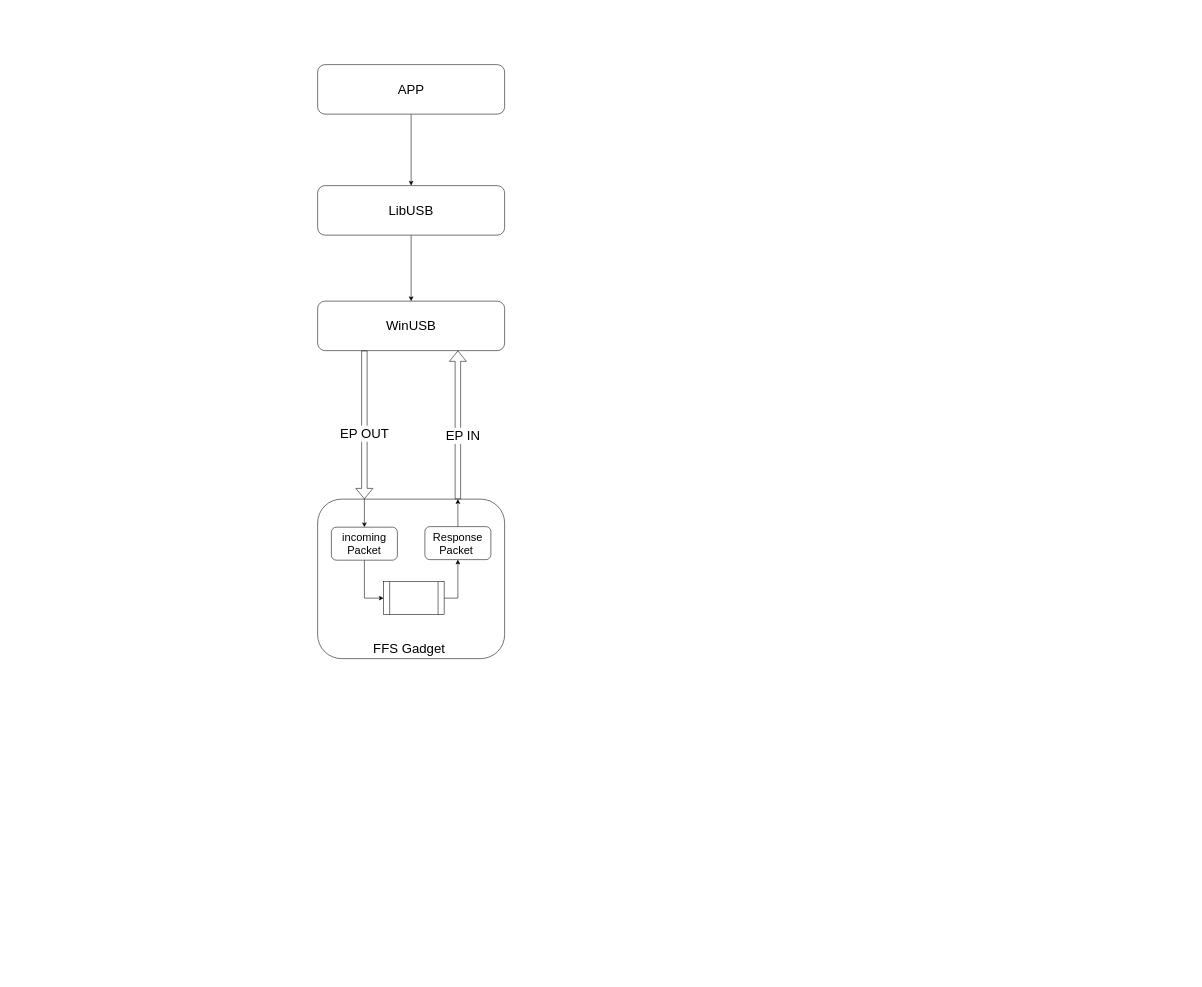
Earlier version of the draw.io diagram page "FFS" (1 of 3) of xc01 usb.drawio (joliet0l/Diagram). Source tidied: cells renumbered, new cells numbered last; positions are measured from the earlier drawing's top-left corner, leaving out a move shared by most shapes. Both pictures are drawn from the tidied source at 55%, with x=0, y=0 at pixel (317, 64).
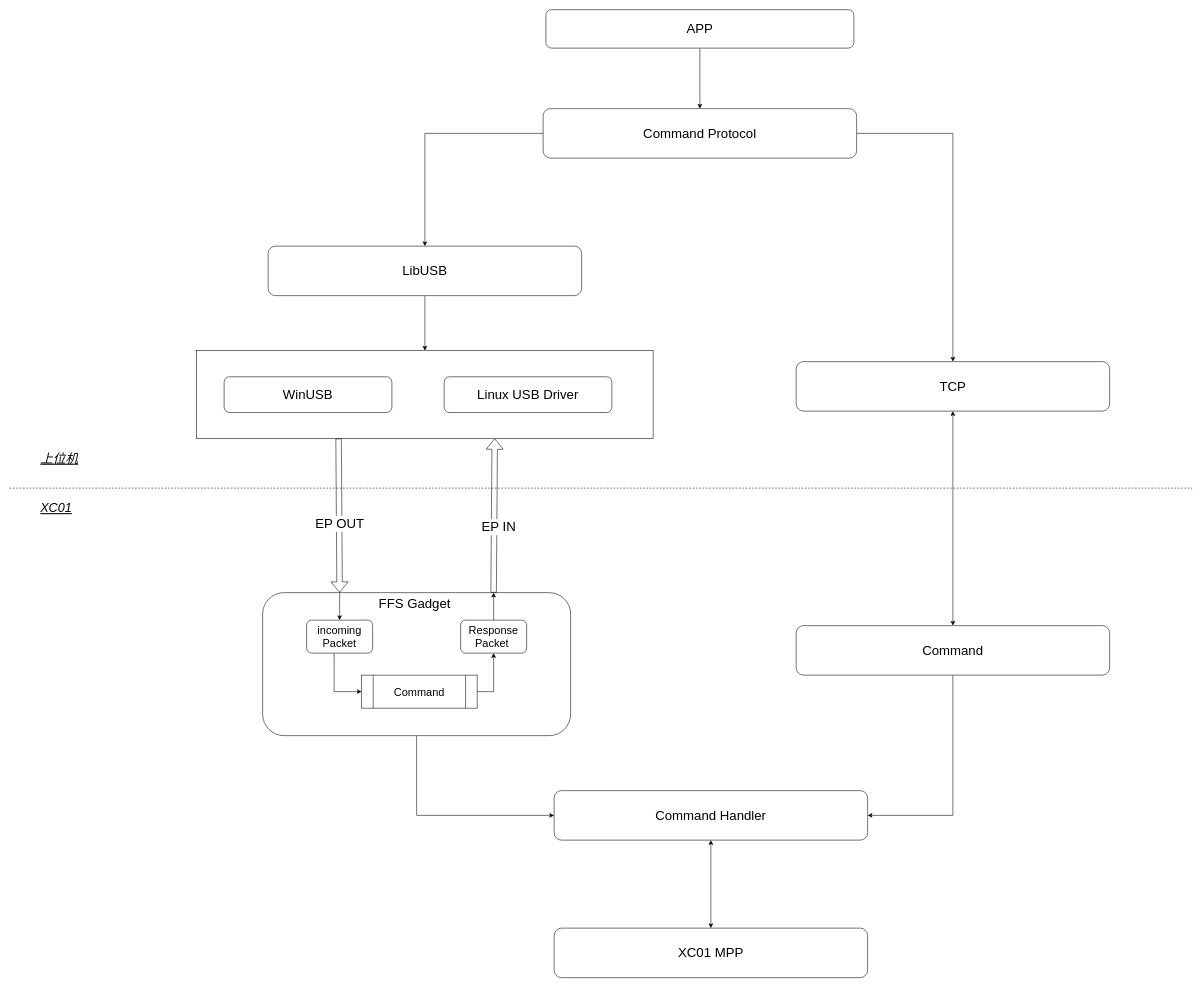
Above is the later version.

The edit, as a diff of the source:
```diff
@@
+    <mxCell id="19" style="rounded=0;whiteSpace=wrap;html=1;" parent="1" vertex="1">
+      <mxGeometry x="-220" y="520" width="830" height="160" as="geometry" />
+    </mxCell>
+    <mxCell id="20" style="edgeStyle=orthogonalEdgeStyle;rounded=0;jettySize=auto;html=1;entryX=0;entryY=0.5;entryDx=0;entryDy=0;" parent="1" edge="1" source="2" target="33">
+      <mxGeometry relative="1" as="geometry" />
+    </mxCell>
-    <mxCell id="2" value="FFS Gadget&amp;nbsp;" style="rounded=1;whiteSpace=wrap;html=1;fontSize=24;labelPosition=center;verticalLabelPosition=middle;align=center;verticalAlign=bottom;" parent="1" vertex="1">
-      <mxGeometry y="790" width="340" height="290" as="geometry" />
+    <mxCell id="2" value="FFS Gadget&amp;nbsp;" style="rounded=1;whiteSpace=wrap;html=1;fontSize=24;labelPosition=center;verticalLabelPosition=middle;align=center;verticalAlign=top;" parent="1" vertex="1">
+      <mxGeometry x="-100" y="960" width="560" height="260" as="geometry" />
     </mxCell>
-    <mxCell id="3" style="edgeStyle=orthogonalEdgeStyle;rounded=0;jettySize=auto;html=1;" parent="1" edge="1" source="4" target="5">
-      <mxGeometry relative="1" as="geometry" />
-    </mxCell>
+    <mxCell id="21" style="edgeStyle=orthogonalEdgeStyle;rounded=0;jettySize=auto;html=1;" parent="1" edge="1" source="4" target="19">
+      <mxGeometry relative="1" as="geometry" />
+    </mxCell>
     <mxCell id="4" value="LibUSB" style="rounded=1;whiteSpace=wrap;html=1;fontSize=24;" parent="1" vertex="1">
-      <mxGeometry y="220" width="340" height="90" as="geometry" />
+      <mxGeometry x="-90" y="330" width="570" height="90" as="geometry" />
     </mxCell>
     <mxCell id="5" value="WinUSB" style="rounded=1;whiteSpace=wrap;html=1;fontSize=24;" parent="1" vertex="1">
-      <mxGeometry y="430" width="340" height="90" as="geometry" />
+      <mxGeometry x="-170" y="567.5" width="305" height="65" as="geometry" />
     </mxCell>
-    <mxCell id="6" style="shape=flexArrow;endArrow=classic;html=1;rounded=0;exitX=0.25;exitY=1;exitDx=0;exitDy=0;fontSize=19;entryX=0.25;entryY=0;entryDx=0;entryDy=0;" parent="1" edge="1" source="5" target="2">
+    <mxCell id="6" style="shape=flexArrow;endArrow=classic;html=1;rounded=0;fontSize=19;entryX=0.25;entryY=0;entryDx=0;entryDy=0;exitX=0.311;exitY=1;exitDx=0;exitDy=0;exitPerimeter=0;" parent="1" edge="1" source="19" target="2">
       <mxGeometry relative="1" as="geometry" />
     </mxCell>
@@
-    <mxCell id="8" style="shape=flexArrow;endArrow=classic;html=1;rounded=0;entryX=0.75;entryY=1;entryDx=0;entryDy=0;exitX=0.75;exitY=0;exitDx=0;exitDy=0;" parent="1" edge="1" source="2" target="5">
+    <mxCell id="8" style="shape=flexArrow;endArrow=classic;html=1;rounded=0;exitX=0.75;exitY=0;exitDx=0;exitDy=0;entryX=0.653;entryY=0.999;entryDx=0;entryDy=0;entryPerimeter=0;" parent="1" edge="1" source="2" target="19">
       <mxGeometry relative="1" as="geometry" />
     </mxCell>
@@
-    <mxCell id="11" style="shape=process;whiteSpace=wrap;html=1;backgroundOutline=1;" parent="1" vertex="1">
-      <mxGeometry x="120" y="940" width="110" height="60" as="geometry" />
+    <mxCell id="11" value="Command" style="shape=process;whiteSpace=wrap;html=1;backgroundOutline=1;fontSize=20;" parent="1" vertex="1">
+      <mxGeometry x="80" y="1110" width="210" height="60" as="geometry" />
     </mxCell>
-    <mxCell id="12" style="edgeStyle=orthogonalEdgeStyle;rounded=0;jettySize=auto;html=1;entryX=0;entryY=0.5;entryDx=0;entryDy=0;" parent="1" edge="1" source="13" target="11">
+    <mxCell id="12" style="edgeStyle=orthogonalEdgeStyle;rounded=0;jettySize=auto;html=1;entryX=0;entryY=0.5;entryDx=0;entryDy=0;exitX=0.417;exitY=1;exitDx=0;exitDy=0;exitPerimeter=0;" parent="1" edge="1" source="13" target="11">
       <mxGeometry relative="1" as="geometry" />
     </mxCell>
     <mxCell id="13" value="&lt;div&gt;incoming&lt;/div&gt;&lt;div&gt;Packet&lt;/div&gt;" style="rounded=1;whiteSpace=wrap;html=1;fontSize=20;" parent="1" vertex="1">
-      <mxGeometry x="25" y="841" width="120" height="60" as="geometry" />
+      <mxGeometry x="-20" y="1010" width="120" height="60" as="geometry" />
     </mxCell>
     <mxCell id="14" value="&lt;div&gt;Response&lt;/div&gt;&lt;div&gt;Packet&amp;nbsp;&lt;/div&gt;" style="rounded=1;whiteSpace=wrap;html=1;fontSize=20;" parent="1" vertex="1">
-      <mxGeometry x="195" y="840" width="120" height="60" as="geometry" />
+      <mxGeometry x="260" y="1010" width="120" height="60" as="geometry" />
     </mxCell>
@@
-    <mxCell id="17" style="edgeStyle=orthogonalEdgeStyle;rounded=0;jettySize=auto;html=1;entryX=0.5;entryY=0;entryDx=0;entryDy=0;" parent="1" edge="1" source="18" target="4">
-      <mxGeometry relative="1" as="geometry" />
-    </mxCell>
+    <mxCell id="22" style="edgeStyle=orthogonalEdgeStyle;rounded=0;jettySize=auto;html=1;" parent="1" edge="1" source="18" target="27">
+      <mxGeometry relative="1" as="geometry" />
+    </mxCell>
     <mxCell id="18" value="APP" style="rounded=1;whiteSpace=wrap;html=1;fontSize=24;" parent="1" vertex="1">
-      <mxGeometry width="340" height="90" as="geometry" />
+      <mxGeometry x="415" y="-100" width="560" height="70" as="geometry" />
     </mxCell>
+    <mxCell id="23" style="endArrow=none;dashed=1;html=1;rounded=0;" parent="1" edge="1">
+      <mxGeometry relative="1" as="geometry">
+        <mxPoint x="-560" y="770" as="sourcePoint" />
+        <mxPoint x="1590" y="770" as="targetPoint" />
+      </mxGeometry>
+    </mxCell>
+    <mxCell id="24" value="Linux USB Driver" style="rounded=1;whiteSpace=wrap;html=1;fontSize=24;" parent="1" vertex="1">
+      <mxGeometry x="230" y="567.5" width="305" height="65" as="geometry" />
+    </mxCell>
+    <mxCell id="25" style="edgeStyle=orthogonalEdgeStyle;rounded=0;jettySize=auto;html=1;exitX=0;exitY=0.5;exitDx=0;exitDy=0;" parent="1" edge="1" source="27" target="4">
+      <mxGeometry relative="1" as="geometry" />
+    </mxCell>
+    <mxCell id="26" style="edgeStyle=orthogonalEdgeStyle;rounded=0;jettySize=auto;html=1;entryX=0.5;entryY=0;entryDx=0;entryDy=0;exitX=1;exitY=0.5;exitDx=0;exitDy=0;" parent="1" edge="1" source="27" target="29">
+      <mxGeometry relative="1" as="geometry" />
+    </mxCell>
+    <mxCell id="27" value="Command Protocol" style="rounded=1;whiteSpace=wrap;html=1;fontSize=24;" parent="1" vertex="1">
+      <mxGeometry x="410" y="80" width="570" height="90" as="geometry" />
+    </mxCell>
+    <mxCell id="28" style="edgeStyle=orthogonalEdgeStyle;rounded=0;jettySize=auto;html=1;startArrow=classic;startFill=1;" parent="1" edge="1" source="29" target="31">
+      <mxGeometry relative="1" as="geometry" />
+    </mxCell>
+    <mxCell id="29" value="TCP" style="rounded=1;whiteSpace=wrap;html=1;fontSize=24;" parent="1" vertex="1">
+      <mxGeometry x="870" y="540" width="570" height="90" as="geometry" />
+    </mxCell>
+    <mxCell id="30" style="edgeStyle=orthogonalEdgeStyle;rounded=0;jettySize=auto;html=1;entryX=1;entryY=0.5;entryDx=0;entryDy=0;" parent="1" edge="1" source="31" target="33">
+      <mxGeometry relative="1" as="geometry" />
+    </mxCell>
+    <mxCell id="31" value="Command" style="rounded=1;whiteSpace=wrap;html=1;fontSize=24;" parent="1" vertex="1">
+      <mxGeometry x="870" y="1020" width="570" height="90" as="geometry" />
+    </mxCell>
+    <mxCell id="32" style="edgeStyle=orthogonalEdgeStyle;rounded=0;jettySize=auto;html=1;endArrow=classic;endFill=1;startArrow=classic;startFill=1;" parent="1" edge="1" source="33" target="34">
+      <mxGeometry relative="1" as="geometry" />
+    </mxCell>
+    <mxCell id="33" value="Command Handler" style="rounded=1;whiteSpace=wrap;html=1;fontSize=24;" parent="1" vertex="1">
+      <mxGeometry x="430" y="1320" width="570" height="90" as="geometry" />
+    </mxCell>
+    <mxCell id="34" value="XC01 MPP" style="rounded=1;whiteSpace=wrap;html=1;fontSize=24;" parent="1" vertex="1">
+      <mxGeometry x="430" y="1570" width="570" height="90" as="geometry" />
+    </mxCell>
+    <mxCell id="35" value="上位机" style="text;strokeColor=none;fillColor=none;align=left;verticalAlign=middle;spacingLeft=4;spacingRight=4;overflow=hidden;whiteSpace=wrap;html=1;fontSize=23;fontStyle=6;" parent="1" vertex="1">
+      <mxGeometry x="-510" y="700" width="130" height="30" as="geometry" />
+    </mxCell>
+    <mxCell id="36" value="XC01" style="text;strokeColor=none;fillColor=none;align=left;verticalAlign=middle;spacingLeft=4;spacingRight=4;overflow=hidden;whiteSpace=wrap;html=1;fontSize=23;fontStyle=6;" parent="1" vertex="1">
+      <mxGeometry x="-510" y="790" width="130" height="30" as="geometry" />
+    </mxCell>
```
